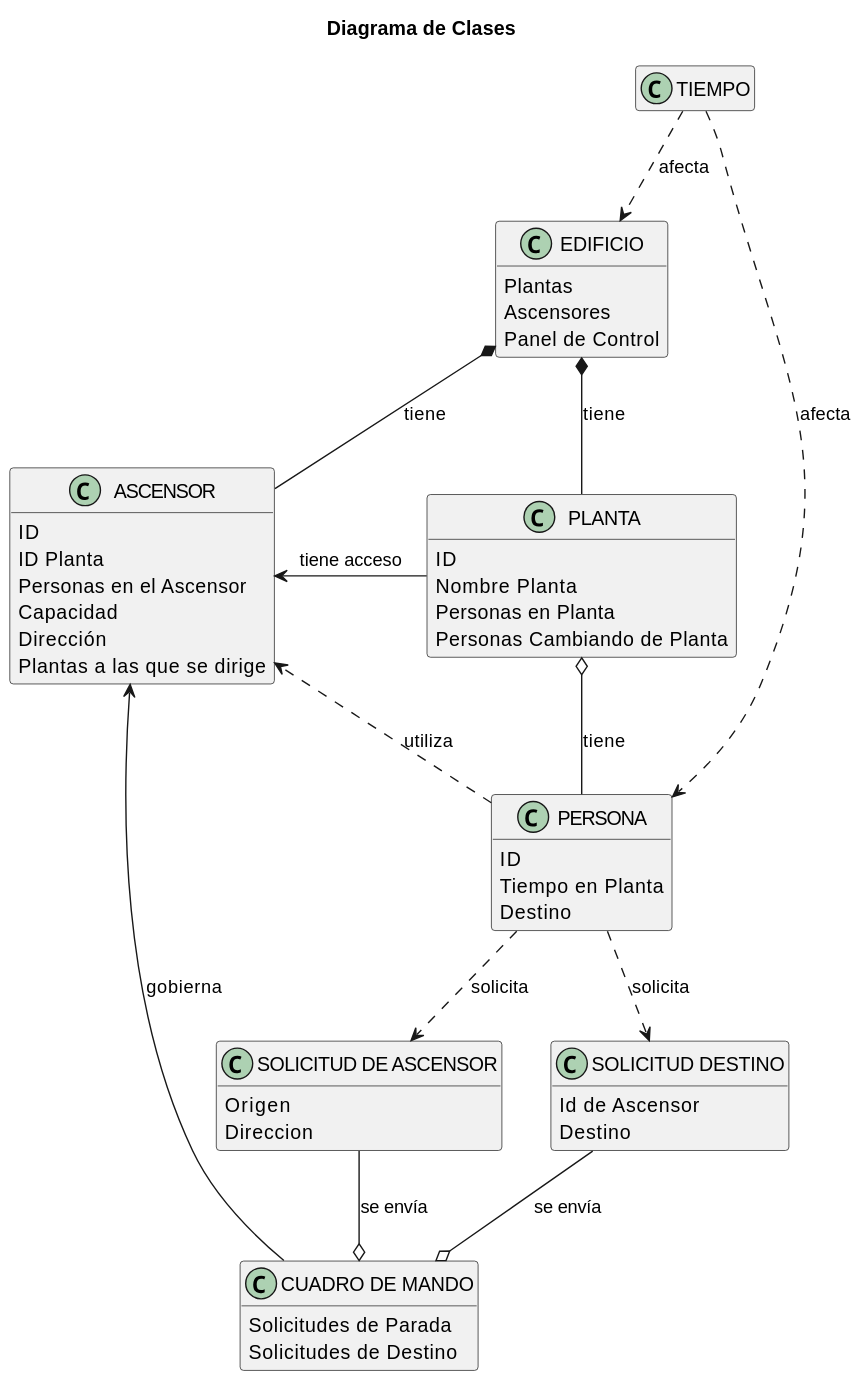
Above: docs/Modelo_de_Dominio/Diagramas_de_Clases/Diagrama_de_Clases.svg in mmasias/23-24-IdSw2-SDD (PlantUML), before the change.
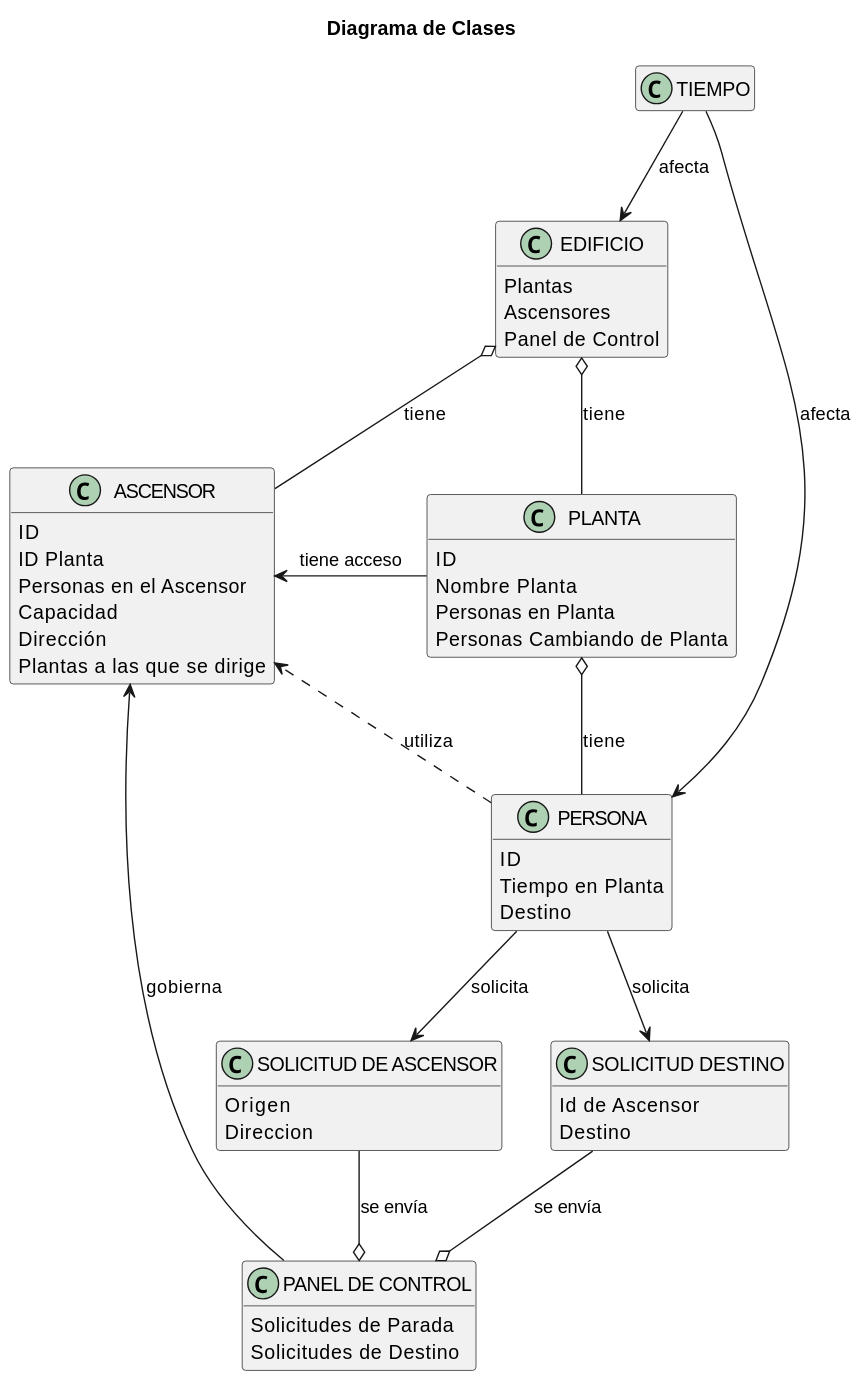
Later version of the same file.

What changed in the source:
```diff
@@ -24,7 +24,7 @@
     Destino
 }
 
-class "CUADRO DE MANDO"
+class "PANEL DE CONTROL"
 {
     Solicitudes de Parada
     Solicitudes de Destino
@@ -62,18 +62,18 @@
     Destino
 }
 
-EDIFICIO *-- PLANTA : tiene
-EDIFICIO *-- ASCENSOR : tiene
+EDIFICIO o-- PLANTA : tiene
+EDIFICIO o-- ASCENSOR : tiene
 PLANTA o-- PERSONA : tiene
 PLANTA -left-> ASCENSOR : tiene acceso
 PERSONA ..> ASCENSOR : utiliza
 
-PERSONA ..> "SOLICITUD DE ASCENSOR" : solicita
-PERSONA ..> "SOLICITUD DESTINO" : solicita
-"CUADRO DE MANDO" --> ASCENSOR : gobierna
-"SOLICITUD DE ASCENSOR" --o "CUADRO DE MANDO" : se envía
-"SOLICITUD DESTINO" --o "CUADRO DE MANDO" : se envía
+PERSONA --> "SOLICITUD DE ASCENSOR" : solicita
+PERSONA --> "SOLICITUD DESTINO" : solicita
+"PANEL DE CONTROL" --> ASCENSOR : gobierna
+"SOLICITUD DE ASCENSOR" --o "PANEL DE CONTROL" : se envía
+"SOLICITUD DESTINO" --o "PANEL DE CONTROL" : se envía
 
-TIEMPO .down.> PERSONA : afecta
-TIEMPO ..> EDIFICIO : afecta
+TIEMPO -down-> PERSONA : afecta
+TIEMPO --> EDIFICIO : afecta
 @enduml
```
